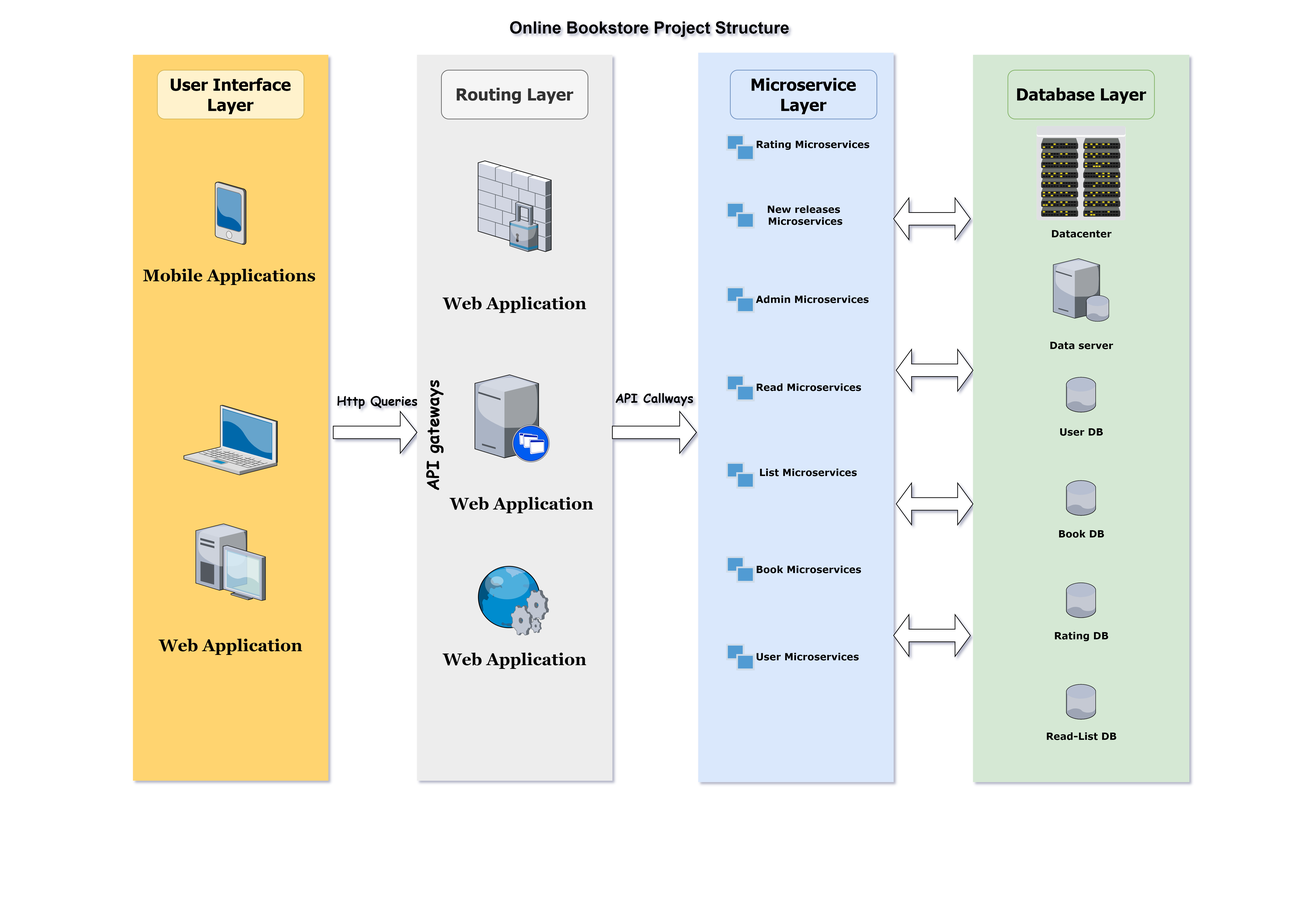
Earlier version of the draw.io export onlinebookstore/ps.drawio.png (Kalyanjalaneela/Capstone-ItsNotaBugItsaFeature-7-onlinebookstoreapp). Source tidied: cells renumbered, new cells last; positions are measured from the earlier drawing's top-left corner, leaving out a move shared by most shapes.
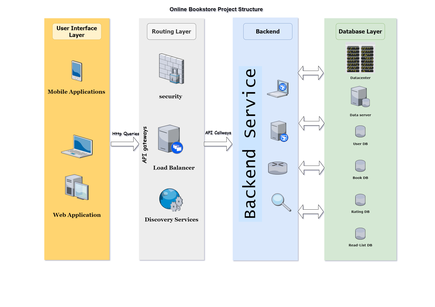
The same file after the commit.

Diff of the diagram source:
```diff
@@ -1,4 +1,4 @@
-<mxGraphModel background="#ffffff" shadow="1">
+<mxGraphModel shadow="1">
   <root>
     <mxCell id="0" style="html=1;" />
     <mxCell id="1" style="html=1;" parent="0" />
@@ -62,57 +62,15 @@
     <mxCell id="21" value="&lt;pre&gt;&lt;font face=&quot;Georgia&quot; style=&quot;font-size: 24px;&quot;&gt;&lt;b&gt;Web Application&lt;/b&gt;&lt;/font&gt;&lt;/pre&gt;" style="text;html=1;align=center;verticalAlign=middle;strokeColor=none;fillColor=none;" parent="1" vertex="1">
       <mxGeometry x="25" y="870" width="230" height="70" as="geometry" />
     </mxCell>
-    <mxCell id="22" value="&lt;pre&gt;&lt;font face=&quot;Georgia&quot; style=&quot;font-size: 24px;&quot;&gt;&lt;b&gt;Web Application&lt;/b&gt;&lt;/font&gt;&lt;/pre&gt;" style="text;html=1;align=center;verticalAlign=middle;strokeColor=none;fillColor=none;" parent="1" vertex="1">
-      <mxGeometry x="432" y="890" width="230" height="70" as="geometry" />
+    <mxCell id="22" value="&lt;pre&gt;&lt;font face=&quot;Georgia&quot;&gt;&lt;span style=&quot;font-size: 24px;&quot;&gt;&lt;b&gt;Discovery Services&lt;/b&gt;&lt;/span&gt;&lt;/font&gt;&lt;/pre&gt;" style="text;html=1;align=center;verticalAlign=middle;strokeColor=none;fillColor=none;" parent="1" vertex="1">
+      <mxGeometry x="422" y="890" width="250" height="70" as="geometry" />
     </mxCell>
-    <mxCell id="23" value="&lt;pre&gt;&lt;font face=&quot;Georgia&quot; style=&quot;font-size: 24px;&quot;&gt;&lt;b&gt;Web Application&lt;/b&gt;&lt;/font&gt;&lt;/pre&gt;" style="text;html=1;align=center;verticalAlign=middle;strokeColor=none;fillColor=none;" parent="1" vertex="1">
-      <mxGeometry x="432" y="380" width="230" height="70" as="geometry" />
+    <mxCell id="23" value="&lt;pre&gt;&lt;font face=&quot;Georgia&quot;&gt;&lt;span style=&quot;font-size: 24px;&quot;&gt;&lt;b&gt;security&lt;/b&gt;&lt;/span&gt;&lt;/font&gt;&lt;/pre&gt;" style="text;html=1;align=center;verticalAlign=middle;strokeColor=none;fillColor=none;" parent="1" vertex="1">
+      <mxGeometry x="483.4" y="360" width="120" height="70" as="geometry" />
     </mxCell>
-    <mxCell id="24" value="&lt;pre&gt;&lt;font face=&quot;Georgia&quot; style=&quot;font-size: 24px;&quot;&gt;&lt;b&gt;Web Application&lt;/b&gt;&lt;/font&gt;&lt;/pre&gt;" style="text;html=1;align=center;verticalAlign=middle;strokeColor=none;fillColor=none;" parent="1" vertex="1">
-      <mxGeometry x="442" y="666.5" width="230" height="70" as="geometry" />
+    <mxCell id="24" value="&lt;pre&gt;&lt;font face=&quot;Georgia&quot;&gt;&lt;span style=&quot;font-size: 24px;&quot;&gt;&lt;b&gt;Load Balancer&lt;/b&gt;&lt;/span&gt;&lt;/font&gt;&lt;/pre&gt;" style="text;html=1;align=center;verticalAlign=middle;strokeColor=none;fillColor=none;" parent="1" vertex="1">
+      <mxGeometry x="457" y="666.5" width="200" height="70" as="geometry" />
     </mxCell>
-    <mxCell id="25" style="verticalLabelPosition=bottom;sketch=0;html=1;verticalAlign=top;strokeColor=none;align=center;shape=mxgraph.citrix.role_load_testing_launcher;" parent="1" vertex="1">
-      <mxGeometry x="850" y="516.5" width="41" height="38" as="geometry" />
-    </mxCell>
-    <mxCell id="26" style="verticalLabelPosition=bottom;sketch=0;html=1;verticalAlign=top;strokeColor=none;align=center;shape=mxgraph.citrix.role_load_testing_launcher;" parent="1" vertex="1">
-      <mxGeometry x="850" y="641.5" width="41" height="38" as="geometry" />
-    </mxCell>
-    <mxCell id="27" style="verticalLabelPosition=bottom;sketch=0;html=1;verticalAlign=top;strokeColor=none;align=center;shape=mxgraph.citrix.role_load_testing_launcher;" parent="1" vertex="1">
-      <mxGeometry x="850" y="776.5" width="41" height="38" as="geometry" />
-    </mxCell>
-    <mxCell id="28" style="verticalLabelPosition=bottom;sketch=0;html=1;verticalAlign=top;strokeColor=none;align=center;shape=mxgraph.citrix.role_load_testing_launcher;" parent="1" vertex="1">
-      <mxGeometry x="850" y="902" width="41" height="38" as="geometry" />
-    </mxCell>
-    <mxCell id="29" style="verticalLabelPosition=bottom;sketch=0;html=1;verticalAlign=top;strokeColor=none;align=center;shape=mxgraph.citrix.role_load_testing_launcher;" parent="1" vertex="1">
-      <mxGeometry x="850" y="172" width="41" height="38" as="geometry" />
-    </mxCell>
-    <mxCell id="30" style="verticalLabelPosition=bottom;sketch=0;html=1;verticalAlign=top;strokeColor=none;align=center;shape=mxgraph.citrix.role_load_testing_launcher;" parent="1" vertex="1">
-      <mxGeometry x="850" y="269" width="41" height="38" as="geometry" />
-    </mxCell>
-    <mxCell id="31" style="verticalLabelPosition=bottom;sketch=0;html=1;verticalAlign=top;strokeColor=none;align=center;shape=mxgraph.citrix.role_load_testing_launcher;" parent="1" vertex="1">
-      <mxGeometry x="850" y="390" width="41" height="38" as="geometry" />
-    </mxCell>
-    <mxCell id="32" value="&lt;b&gt;&lt;font face=&quot;Verdana&quot; style=&quot;font-size: 14px;&quot;&gt;Admin Microservices&lt;/font&gt;&lt;/b&gt;" style="text;html=1;align=left;verticalAlign=middle;strokeColor=none;fillColor=none;" parent="1" vertex="1">
-      <mxGeometry x="891" y="394" width="190" height="30" as="geometry" />
-    </mxCell>
-    <mxCell id="33" value="&lt;b&gt;&lt;font face=&quot;Verdana&quot; style=&quot;font-size: 14px;&quot;&gt;Read Microservices&lt;/font&gt;&lt;/b&gt;" style="text;html=1;align=left;verticalAlign=middle;strokeColor=none;fillColor=none;" parent="1" vertex="1">
-      <mxGeometry x="891" y="520.5" width="170" height="30" as="geometry" />
-    </mxCell>
-    <mxCell id="34" value="&lt;b&gt;&lt;font face=&quot;Verdana&quot; style=&quot;font-size: 14px;&quot;&gt;&amp;nbsp;List Microservices&lt;/font&gt;&lt;/b&gt;" style="text;html=1;align=left;verticalAlign=middle;strokeColor=none;fillColor=none;" parent="1" vertex="1">
-      <mxGeometry x="891" y="641.5" width="170" height="30" as="geometry" />
-    </mxCell>
-    <mxCell id="35" value="&lt;b&gt;&lt;font face=&quot;Verdana&quot; style=&quot;font-size: 14px;&quot;&gt;Book Microservices&lt;/font&gt;&lt;/b&gt;" style="text;html=1;align=left;verticalAlign=middle;strokeColor=none;fillColor=none;" parent="1" vertex="1">
-      <mxGeometry x="891" y="780.5" width="170" height="30" as="geometry" />
-    </mxCell>
-    <mxCell id="36" value="&lt;b&gt;&lt;font face=&quot;Verdana&quot; style=&quot;font-size: 14px;&quot;&gt;User Microservices&lt;/font&gt;&lt;/b&gt;" style="text;html=1;align=left;verticalAlign=middle;strokeColor=none;fillColor=none;" parent="1" vertex="1">
-      <mxGeometry x="891" y="906" width="170" height="30" as="geometry" />
-    </mxCell>
-    <mxCell id="37" value="&lt;b&gt;&lt;font face=&quot;Verdana&quot; style=&quot;font-size: 14px;&quot;&gt;Rating Microservices&lt;/font&gt;&lt;/b&gt;" style="text;html=1;align=left;verticalAlign=middle;strokeColor=none;fillColor=none;" parent="1" vertex="1">
-      <mxGeometry x="891" y="172" width="190" height="30" as="geometry" />
-    </mxCell>
-    <mxCell id="38" value="&lt;b&gt;&lt;font face=&quot;Verdana&quot; style=&quot;font-size: 14px;&quot;&gt;New releases&lt;br&gt;&amp;nbsp;Microservices&lt;/font&gt;&lt;/b&gt;" style="text;html=1;align=center;verticalAlign=middle;strokeColor=none;fillColor=none;" parent="1" vertex="1">
-      <mxGeometry x="891" y="263" width="140" height="50" as="geometry" />
-    </mxCell>
     <mxCell id="39" value="&lt;font face=&quot;Verdana&quot;&gt;&lt;span style=&quot;font-size: 14px;&quot;&gt;&lt;b&gt;Rating DB&lt;/b&gt;&lt;/span&gt;&lt;/font&gt;" style="text;html=1;align=center;verticalAlign=middle;strokeColor=none;fillColor=none;" parent="1" vertex="1">
       <mxGeometry x="1308.8" y="876" width="100" height="30" as="geometry" />
     </mxCell>
@@ -149,7 +107,7 @@
     <mxCell id="50" value="&lt;font face=&quot;Tahoma&quot; style=&quot;font-size: 24px;&quot;&gt;&lt;b&gt;Database Layer&lt;/b&gt;&lt;/font&gt;" style="rounded=1;whiteSpace=wrap;html=1;fillColor=#d5e8d4;strokeColor=#82b366;" parent="1" vertex="1">
       <mxGeometry x="1253.8" y="80" width="210" height="70" as="geometry" />
     </mxCell>
-    <mxCell id="51" value="&lt;font face=&quot;Tahoma&quot; style=&quot;font-size: 24px;&quot;&gt;&lt;b&gt;Microservice Layer&lt;/b&gt;&lt;/font&gt;" style="rounded=1;whiteSpace=wrap;html=1;fillColor=#dae8fc;strokeColor=#6c8ebf;" parent="1" vertex="1">
+    <mxCell id="51" value="&lt;font face=&quot;Tahoma&quot;&gt;&lt;span style=&quot;font-size: 24px;&quot;&gt;&lt;b&gt;Backend&lt;/b&gt;&lt;/span&gt;&lt;/font&gt;" style="rounded=1;whiteSpace=wrap;html=1;fillColor=#dae8fc;strokeColor=#6c8ebf;" parent="1" vertex="1">
       <mxGeometry x="856" y="80" width="210" height="70" as="geometry" />
     </mxCell>
     <mxCell id="52" value="&lt;font face=&quot;Tahoma&quot; style=&quot;font-size: 24px;&quot;&gt;&lt;b&gt;Routing Layer&lt;/b&gt;&lt;/font&gt;" style="rounded=1;whiteSpace=wrap;html=1;fillColor=#f5f5f5;strokeColor=#666666;fontColor=#333333;" parent="1" vertex="1">
@@ -170,5 +128,20 @@
     <mxCell id="57" value="&lt;font face=&quot;Verdana&quot;&gt;&lt;span style=&quot;font-size: 14px;&quot;&gt;&lt;b&gt;Datacenter&lt;/b&gt;&lt;/span&gt;&lt;/font&gt;" style="text;html=1;align=center;verticalAlign=middle;strokeColor=none;fillColor=none;" parent="1" vertex="1">
       <mxGeometry x="1303.8" y="300" width="110" height="30" as="geometry" />
     </mxCell>
+    <mxCell id="58" value="&lt;font face=&quot;Lucida Console&quot; style=&quot;font-size: 72px;&quot;&gt;Backend Service&lt;/font&gt;" style="text;html=1;align=center;verticalAlign=middle;rotation=270;fillColor=#cce5ff;strokeColor=none;" parent="1" vertex="1">
+      <mxGeometry x="550.9" y="549" width="670" height="100" as="geometry" />
+    </mxCell>
+    <mxCell id="59" style="verticalLabelPosition=bottom;sketch=0;html=1;verticalAlign=top;strokeColor=none;align=center;shape=mxgraph.citrix.xenclient;" parent="1" vertex="1">
+      <mxGeometry x="958" y="323" width="91" height="77" as="geometry" />
+    </mxCell>
+    <mxCell id="60" style="verticalLabelPosition=bottom;sketch=0;html=1;verticalAlign=top;strokeColor=none;align=center;shape=mxgraph.citrix.xendesktop_server;" parent="1" vertex="1">
+      <mxGeometry x="974" y="499.5" width="75" height="91" as="geometry" />
+    </mxCell>
+    <mxCell id="61" style="verticalLabelPosition=bottom;sketch=0;html=1;verticalAlign=top;strokeColor=none;align=center;shape=mxgraph.citrix.router;" parent="1" vertex="1">
+      <mxGeometry x="962.8" y="676" width="81.4" height="54" as="geometry" />
+    </mxCell>
+    <mxCell id="62" style="verticalLabelPosition=bottom;sketch=0;html=1;verticalAlign=top;strokeColor=none;align=center;shape=mxgraph.citrix.inspection;" parent="1" vertex="1">
+      <mxGeometry x="976.5" y="811" width="85.1" height="79" as="geometry" />
+    </mxCell>
   </root>
 </mxGraphModel>
```
